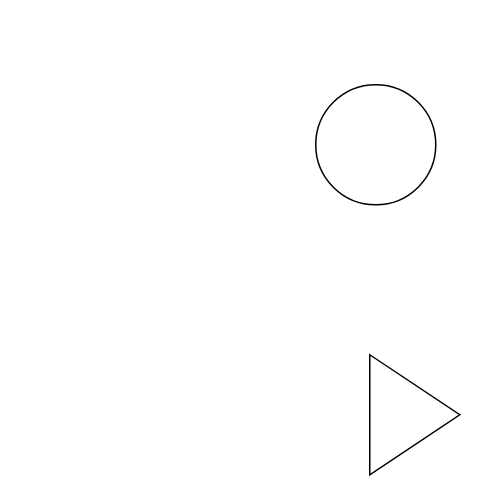
huangxiankun01/data-generation keeps this draw.io diagram as 未命名绘图.drawio. Above is the earlier version. Source tidied: cells renumbered, new cells numbered last; positions are measured from the earlier drawing's top-left corner, leaving out a move shared by most shapes. Both pictures are drawn from the tidied source at 150%, with x=0, y=0 at pixel (315, 84).
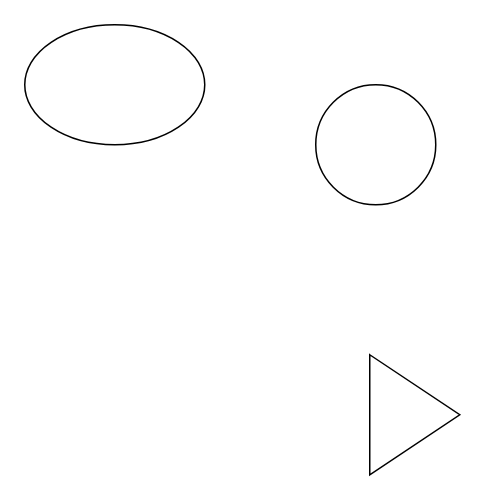
The same diagram, later.

What changed in the source:
```diff
@@
 <mxGraphModel>
   <root>
     <mxCell id="0" />
     <mxCell id="1" parent="0" />
     <mxCell id="2" style="ellipse;whiteSpace=wrap;html=1;" parent="1" vertex="1">
       <mxGeometry width="80" height="80" as="geometry" />
     </mxCell>
     <mxCell id="3" style="triangle;whiteSpace=wrap;html=1;" parent="1" vertex="1">
       <mxGeometry x="36" y="180" width="60" height="80" as="geometry" />
     </mxCell>
+    <mxCell id="4" style="ellipse;whiteSpace=wrap;html=1;" parent="1" vertex="1">
+      <mxGeometry x="-194" y="-40" width="120" height="80" as="geometry" />
+    </mxCell>
   </root>
 </mxGraphModel>
```
